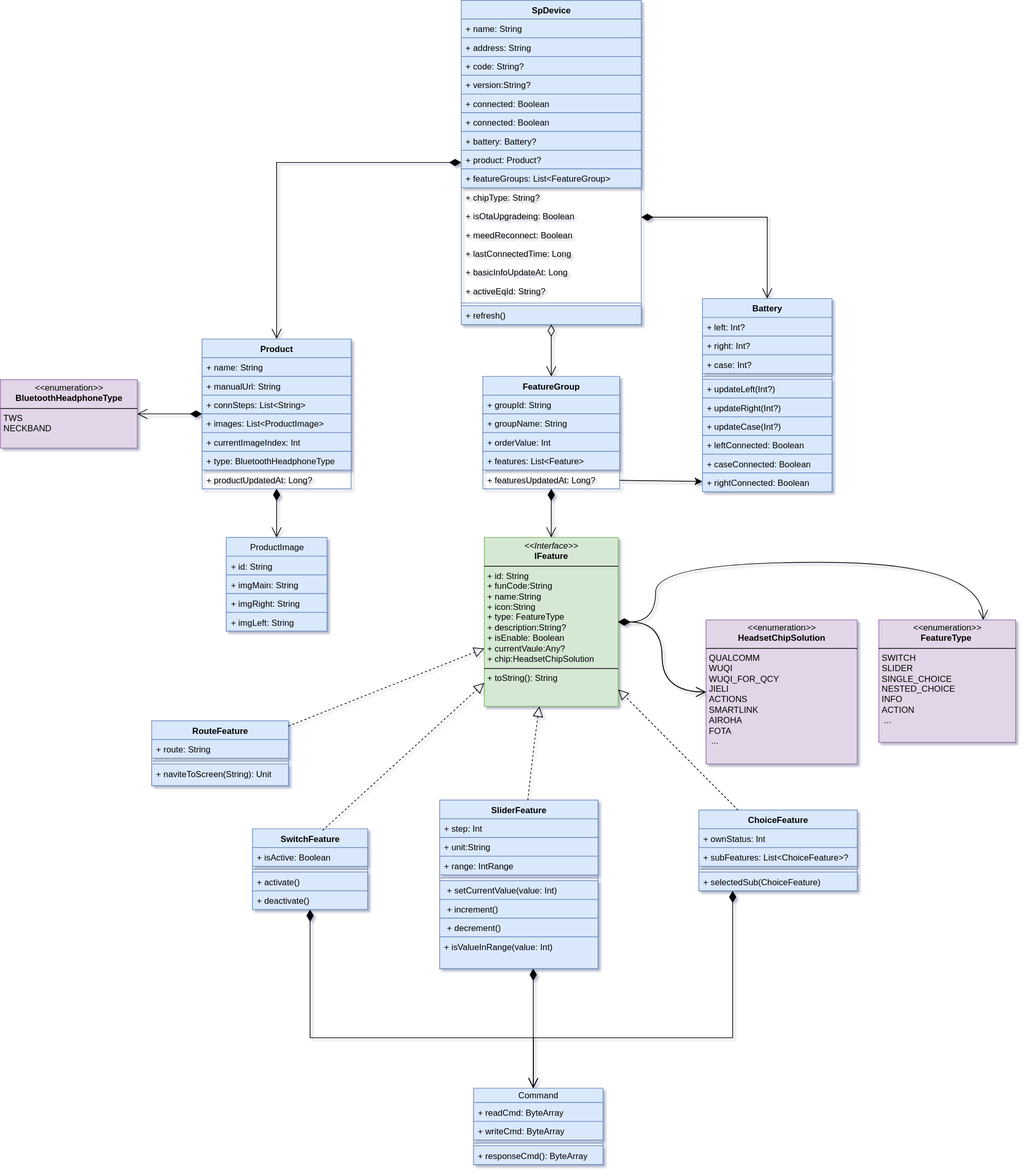
Before: diagrams/drawio/architecture/sp-device.drawio.svg, a diagram exported from draw.io (kekemao00/draw-libs). Source tidied: cells renumbered, new cells last; positions are measured from the earlier drawing's top-left corner, leaving out a move shared by most shapes.
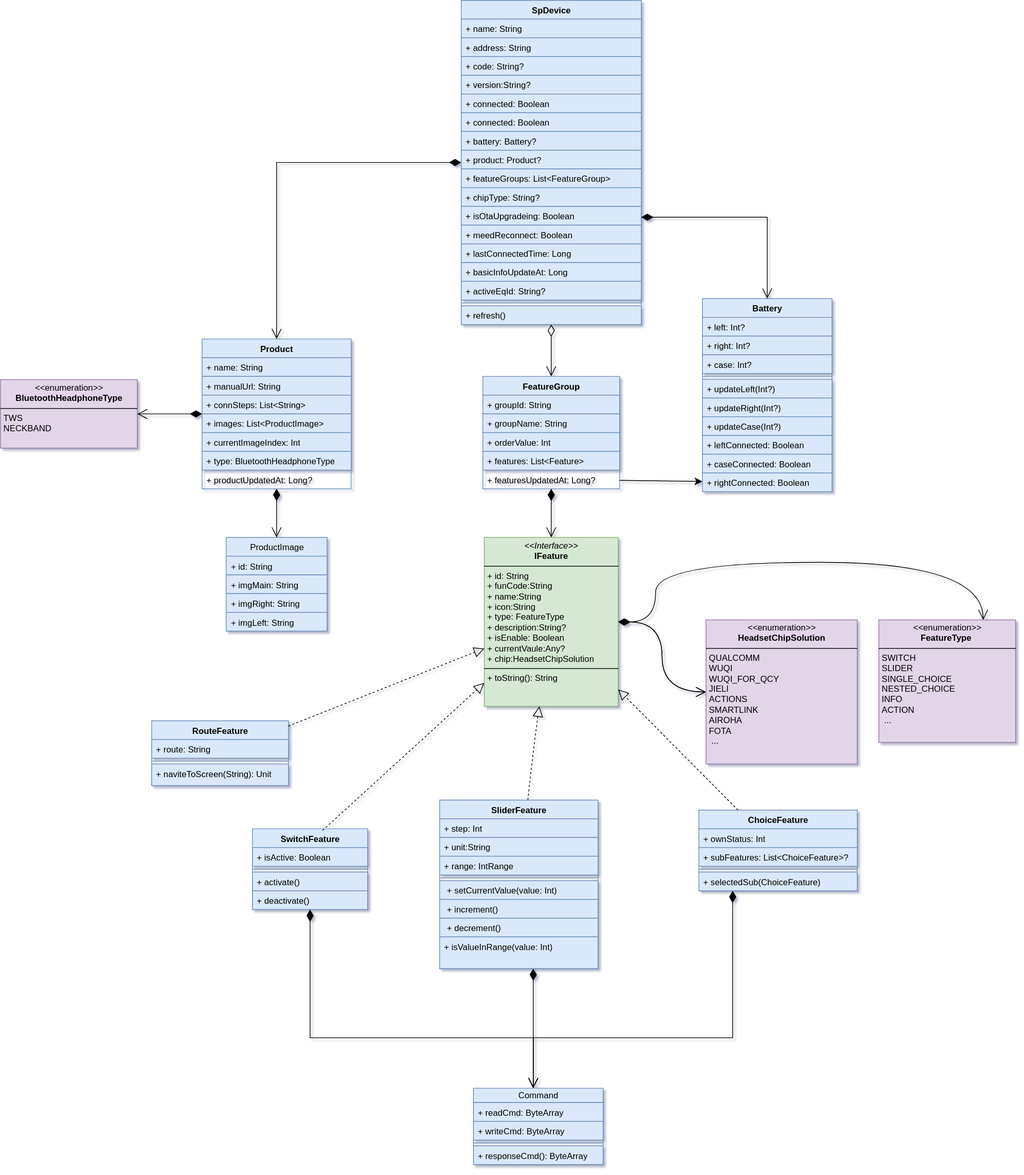
The same file after the commit.

Diff of the diagram source:
```diff
@@ -32,22 +32,22 @@
     <mxCell id="11" value="+ featureGroups: List&amp;lt;FeatureGroup&amp;gt;" style="text;strokeColor=#6c8ebf;fillColor=#dae8fc;align=left;verticalAlign=top;spacingLeft=4;spacingRight=4;overflow=hidden;whiteSpace=wrap;html=1;" parent="2" vertex="1">
       <mxGeometry y="234" width="250" height="26" as="geometry" />
     </mxCell>
-    <mxCell id="12" value="+ chipType: String?" style="text;strokeColor=none;fillColor=none;align=left;verticalAlign=top;spacingLeft=4;spacingRight=4;overflow=hidden;whiteSpace=wrap;html=1;" parent="2" vertex="1">
+    <mxCell id="12" value="+ chipType: String?" style="text;strokeColor=#6c8ebf;fillColor=#dae8fc;align=left;verticalAlign=top;spacingLeft=4;spacingRight=4;overflow=hidden;whiteSpace=wrap;html=1;" parent="2" vertex="1">
       <mxGeometry y="260" width="250" height="26" as="geometry" />
     </mxCell>
-    <mxCell id="13" value="+ isOtaUpgradeing: Boolean" style="text;strokeColor=none;fillColor=none;align=left;verticalAlign=top;spacingLeft=4;spacingRight=4;overflow=hidden;whiteSpace=wrap;html=1;" parent="2" vertex="1">
+    <mxCell id="13" value="+ isOtaUpgradeing: Boolean" style="text;strokeColor=#6c8ebf;fillColor=#dae8fc;align=left;verticalAlign=top;spacingLeft=4;spacingRight=4;overflow=hidden;whiteSpace=wrap;html=1;" parent="2" vertex="1">
       <mxGeometry y="286" width="250" height="26" as="geometry" />
     </mxCell>
-    <mxCell id="14" value="+ meedReconnect: Boolean" style="text;strokeColor=none;fillColor=none;align=left;verticalAlign=top;spacingLeft=4;spacingRight=4;overflow=hidden;whiteSpace=wrap;html=1;" parent="2" vertex="1">
+    <mxCell id="14" value="+ meedReconnect: Boolean" style="text;strokeColor=#6c8ebf;fillColor=#dae8fc;align=left;verticalAlign=top;spacingLeft=4;spacingRight=4;overflow=hidden;whiteSpace=wrap;html=1;" parent="2" vertex="1">
       <mxGeometry y="312" width="250" height="26" as="geometry" />
     </mxCell>
-    <mxCell id="15" value="+ lastConnectedTime: Long" style="text;strokeColor=none;fillColor=none;align=left;verticalAlign=top;spacingLeft=4;spacingRight=4;overflow=hidden;whiteSpace=wrap;html=1;" parent="2" vertex="1">
+    <mxCell id="15" value="+ lastConnectedTime: Long" style="text;strokeColor=#6c8ebf;fillColor=#dae8fc;align=left;verticalAlign=top;spacingLeft=4;spacingRight=4;overflow=hidden;whiteSpace=wrap;html=1;" parent="2" vertex="1">
       <mxGeometry y="338" width="250" height="26" as="geometry" />
     </mxCell>
-    <mxCell id="16" value="+&amp;nbsp;basicInfoUpdateAt&lt;span style=&quot;background-color: transparent; color: light-dark(rgb(0, 0, 0), rgb(255, 255, 255));&quot;&gt;: Long&lt;/span&gt;" style="text;strokeColor=none;fillColor=none;align=left;verticalAlign=top;spacingLeft=4;spacingRight=4;overflow=hidden;whiteSpace=wrap;html=1;" parent="2" vertex="1">
+    <mxCell id="16" value="+&amp;nbsp;basicInfoUpdateAt&lt;span style=&quot;background-color: transparent; color: light-dark(rgb(0, 0, 0), rgb(255, 255, 255));&quot;&gt;: Long&lt;/span&gt;" style="text;strokeColor=#6c8ebf;fillColor=#dae8fc;align=left;verticalAlign=top;spacingLeft=4;spacingRight=4;overflow=hidden;whiteSpace=wrap;html=1;" parent="2" vertex="1">
       <mxGeometry y="364" width="250" height="26" as="geometry" />
     </mxCell>
-    <mxCell id="17" value="+ activeEqId: String?" style="text;strokeColor=none;fillColor=none;align=left;verticalAlign=top;spacingLeft=4;spacingRight=4;overflow=hidden;whiteSpace=wrap;html=1;" parent="2" vertex="1">
+    <mxCell id="17" value="+ activeEqId: String?" style="text;strokeColor=#6c8ebf;fillColor=#dae8fc;align=left;verticalAlign=top;spacingLeft=4;spacingRight=4;overflow=hidden;whiteSpace=wrap;html=1;" parent="2" vertex="1">
       <mxGeometry y="390" width="250" height="26" as="geometry" />
     </mxCell>
     <mxCell id="18" style="line;strokeWidth=1;align=left;verticalAlign=middle;spacingTop=-1;spacingLeft=3;spacingRight=3;labelPosition=right;labelBackgroundColor=none;rounded=0;fillColor=#dae8fc;strokeColor=#6c8ebf;" parent="2" vertex="1">
```
